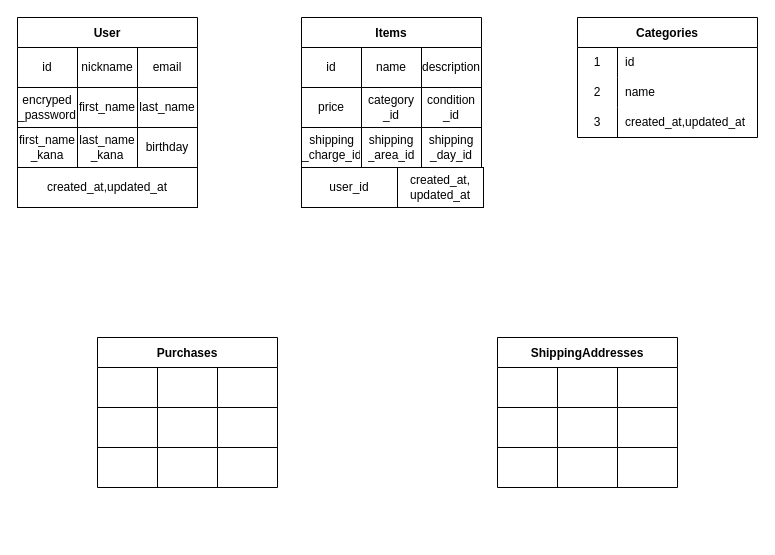
Earlier version of the draw.io diagram test.dio (Newriver758/furima-41029). Source tidied: cells renumbered, new cells numbered last; positions are measured from the earlier drawing's top-left corner, leaving out a move shared by most shapes. Both pictures are drawn from the tidied source at 100%, with x=0, y=0 at pixel (17, 17).
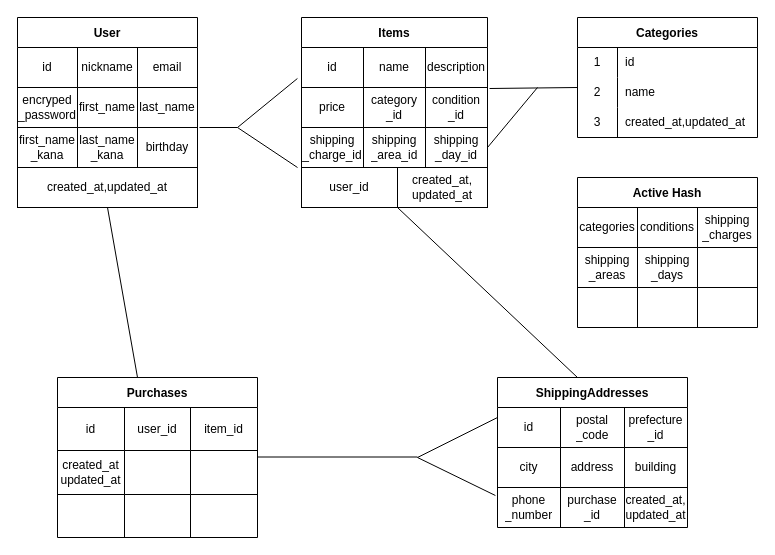
The same diagram, later.

Unchanged cells that the change refers to:
```xml
<mxCell id="11" style="shape=tableRow;horizontal=0;startSize=0;swimlaneHead=0;swimlaneBody=0;top=0;left=0;bottom=0;right=0;fillColor=none;points=[[0,0.5],[1,0.5]];portConstraint=eastwest;" parent="2" vertex="1">
  <mxGeometry y="110" width="180" height="40" as="geometry" />
</mxCell>
```

What changed in the source:
```diff
@@
     <mxCell id="15" value="Items" style="shape=table;startSize=30;childLayout=tableLayout;fontStyle=1;align=center;" parent="1" vertex="1">
-      <mxGeometry x="284" width="180" height="150" as="geometry" />
+      <mxGeometry x="284" width="186" height="150" as="geometry" />
     </mxCell>
     <mxCell id="16" style="shape=tableRow;horizontal=0;startSize=0;swimlaneHead=0;swimlaneBody=0;top=0;left=0;bottom=0;right=0;fillColor=none;points=[[0,0.5],[1,0.5]];portConstraint=eastwest;" parent="15" vertex="1">
-      <mxGeometry y="30" width="180" height="40" as="geometry" />
+      <mxGeometry y="30" width="186" height="40" as="geometry" />
     </mxCell>
     <mxCell id="17" value="id&lt;br&gt;" style="shape=partialRectangle;html=1;whiteSpace=wrap;fillColor=none;top=0;left=0;bottom=0;right=0;overflow=hidden;" parent="16" vertex="1">
-      <mxGeometry width="60" height="40" as="geometry" />
+      <mxGeometry width="62" height="40" as="geometry" />
     </mxCell>
     <mxCell id="18" value="name" style="shape=partialRectangle;html=1;whiteSpace=wrap;fillColor=none;top=0;left=0;bottom=0;right=0;overflow=hidden;" parent="16" vertex="1">
-      <mxGeometry x="60" width="60" height="40" as="geometry" />
+      <mxGeometry x="62" width="62" height="40" as="geometry" />
     </mxCell>
     <mxCell id="19" value="description" style="shape=partialRectangle;html=1;whiteSpace=wrap;fillColor=none;top=0;left=0;bottom=0;right=0;overflow=hidden;" parent="16" vertex="1">
-      <mxGeometry x="120" width="60" height="40" as="geometry" />
+      <mxGeometry x="124" width="62" height="40" as="geometry" />
     </mxCell>
     <mxCell id="20" style="shape=tableRow;horizontal=0;startSize=0;swimlaneHead=0;swimlaneBody=0;top=0;left=0;bottom=0;right=0;fillColor=none;points=[[0,0.5],[1,0.5]];portConstraint=eastwest;" parent="15" vertex="1">
-      <mxGeometry y="70" width="180" height="40" as="geometry" />
+      <mxGeometry y="70" width="186" height="40" as="geometry" />
     </mxCell>
     <mxCell id="21" value="price" style="shape=partialRectangle;html=1;whiteSpace=wrap;fillColor=none;top=0;left=0;bottom=0;right=0;overflow=hidden;" parent="20" vertex="1">
-      <mxGeometry width="60" height="40" as="geometry" />
+      <mxGeometry width="62" height="40" as="geometry" />
     </mxCell>
     <mxCell id="22" value="category&lt;br&gt;_id" style="shape=partialRectangle;html=1;whiteSpace=wrap;fillColor=none;top=0;left=0;bottom=0;right=0;overflow=hidden;" parent="20" vertex="1">
-      <mxGeometry x="60" width="60" height="40" as="geometry" />
+      <mxGeometry x="62" width="62" height="40" as="geometry" />
     </mxCell>
     <mxCell id="23" value="condition&lt;br&gt;_id" style="shape=partialRectangle;html=1;whiteSpace=wrap;fillColor=none;top=0;left=0;bottom=0;right=0;overflow=hidden;" parent="20" vertex="1">
-      <mxGeometry x="120" width="60" height="40" as="geometry" />
+      <mxGeometry x="124" width="62" height="40" as="geometry" />
     </mxCell>
     <mxCell id="24" style="shape=tableRow;horizontal=0;startSize=0;swimlaneHead=0;swimlaneBody=0;top=0;left=0;bottom=0;right=0;fillColor=none;points=[[0,0.5],[1,0.5]];portConstraint=eastwest;" parent="15" vertex="1">
-      <mxGeometry y="110" width="180" height="40" as="geometry" />
+      <mxGeometry y="110" width="186" height="40" as="geometry" />
     </mxCell>
     <mxCell id="25" value="shipping&lt;br&gt;_charge_id" style="shape=partialRectangle;html=1;whiteSpace=wrap;fillColor=none;top=0;left=0;bottom=0;right=0;overflow=hidden;" parent="24" vertex="1">
-      <mxGeometry width="60" height="40" as="geometry" />
+      <mxGeometry width="62" height="40" as="geometry" />
     </mxCell>
     <mxCell id="26" value="shipping&lt;br&gt;_area_id" style="shape=partialRectangle;html=1;whiteSpace=wrap;fillColor=none;top=0;left=0;bottom=0;right=0;overflow=hidden;" parent="24" vertex="1">
-      <mxGeometry x="60" width="60" height="40" as="geometry" />
+      <mxGeometry x="62" width="62" height="40" as="geometry" />
     </mxCell>
     <mxCell id="27" value="shipping&lt;br&gt;_day_id" style="shape=partialRectangle;html=1;whiteSpace=wrap;fillColor=none;top=0;left=0;bottom=0;right=0;overflow=hidden;" parent="24" vertex="1">
-      <mxGeometry x="120" width="60" height="40" as="geometry" />
+      <mxGeometry x="124" width="62" height="40" as="geometry" />
     </mxCell>
     <mxCell id="28" value="Purchases" style="shape=table;startSize=30;childLayout=tableLayout;fontStyle=1;align=center;" parent="1" vertex="1">
-      <mxGeometry x="80" y="320" width="180" height="150" as="geometry" />
+      <mxGeometry x="40" y="360" width="200" height="160" as="geometry" />
     </mxCell>
     <mxCell id="29" style="shape=tableRow;horizontal=0;startSize=0;swimlaneHead=0;swimlaneBody=0;top=0;left=0;bottom=0;right=0;fillColor=none;" parent="28" vertex="1">
-      <mxGeometry y="30" width="180" height="40" as="geometry" />
+      <mxGeometry y="30" width="200" height="43" as="geometry" />
     </mxCell>
-    <mxCell id="30" style="shape=partialRectangle;html=1;whiteSpace=wrap;fillColor=none;top=0;left=0;bottom=0;right=0;overflow=hidden;" parent="29" vertex="1">
-      <mxGeometry width="60" height="40" as="geometry" />
+    <mxCell id="30" value="id" style="shape=partialRectangle;html=1;whiteSpace=wrap;fillColor=none;top=0;left=0;bottom=0;right=0;overflow=hidden;" parent="29" vertex="1">
+      <mxGeometry width="67" height="43" as="geometry" />
     </mxCell>
-    <mxCell id="31" style="shape=partialRectangle;html=1;whiteSpace=wrap;fillColor=none;top=0;left=0;bottom=0;right=0;overflow=hidden;" parent="29" vertex="1">
-      <mxGeometry x="60" width="60" height="40" as="geometry" />
+    <mxCell id="31" value="user_id" style="shape=partialRectangle;html=1;whiteSpace=wrap;fillColor=none;top=0;left=0;bottom=0;right=0;overflow=hidden;" parent="29" vertex="1">
+      <mxGeometry x="67" width="66" height="43" as="geometry" />
     </mxCell>
-    <mxCell id="32" style="shape=partialRectangle;html=1;whiteSpace=wrap;fillColor=none;top=0;left=0;bottom=0;right=0;overflow=hidden;" parent="29" vertex="1">
-      <mxGeometry x="120" width="60" height="40" as="geometry" />
+    <mxCell id="32" value="item_id" style="shape=partialRectangle;html=1;whiteSpace=wrap;fillColor=none;top=0;left=0;bottom=0;right=0;overflow=hidden;" parent="29" vertex="1">
+      <mxGeometry x="133" width="67" height="43" as="geometry" />
     </mxCell>
     <mxCell id="33" style="shape=tableRow;horizontal=0;startSize=0;swimlaneHead=0;swimlaneBody=0;top=0;left=0;bottom=0;right=0;fillColor=none;" parent="28" vertex="1">
-      <mxGeometry y="70" width="180" height="40" as="geometry" />
+      <mxGeometry y="73" width="200" height="44" as="geometry" />
     </mxCell>
-    <mxCell id="34" style="shape=partialRectangle;html=1;whiteSpace=wrap;fillColor=none;top=0;left=0;bottom=0;right=0;overflow=hidden;" parent="33" vertex="1">
-      <mxGeometry width="60" height="40" as="geometry" />
+    <mxCell id="34" value="created_at&lt;br&gt;updated_at" style="shape=partialRectangle;html=1;whiteSpace=wrap;fillColor=none;top=0;left=0;bottom=0;right=0;overflow=hidden;" parent="33" vertex="1">
+      <mxGeometry width="67" height="44" as="geometry" />
     </mxCell>
     <mxCell id="35" style="shape=partialRectangle;html=1;whiteSpace=wrap;fillColor=none;top=0;left=0;bottom=0;right=0;overflow=hidden;" parent="33" vertex="1">
-      <mxGeometry x="60" width="60" height="40" as="geometry" />
+      <mxGeometry x="67" width="66" height="44" as="geometry" />
     </mxCell>
     <mxCell id="36" style="shape=partialRectangle;html=1;whiteSpace=wrap;fillColor=none;top=0;left=0;bottom=0;right=0;overflow=hidden;" parent="33" vertex="1">
-      <mxGeometry x="120" width="60" height="40" as="geometry" />
+      <mxGeometry x="133" width="67" height="44" as="geometry" />
     </mxCell>
     <mxCell id="37" style="shape=tableRow;horizontal=0;startSize=0;swimlaneHead=0;swimlaneBody=0;top=0;left=0;bottom=0;right=0;fillColor=none;" parent="28" vertex="1">
-      <mxGeometry y="110" width="180" height="40" as="geometry" />
+      <mxGeometry y="117" width="200" height="43" as="geometry" />
     </mxCell>
     <mxCell id="38" style="shape=partialRectangle;html=1;whiteSpace=wrap;fillColor=none;top=0;left=0;bottom=0;right=0;overflow=hidden;" parent="37" vertex="1">
-      <mxGeometry width="60" height="40" as="geometry" />
+      <mxGeometry width="67" height="43" as="geometry" />
     </mxCell>
     <mxCell id="39" style="shape=partialRectangle;html=1;whiteSpace=wrap;fillColor=none;top=0;left=0;bottom=0;right=0;overflow=hidden;" parent="37" vertex="1">
-      <mxGeometry x="60" width="60" height="40" as="geometry" />
+      <mxGeometry x="67" width="66" height="43" as="geometry" />
     </mxCell>
     <mxCell id="40" style="shape=partialRectangle;html=1;whiteSpace=wrap;fillColor=none;top=0;left=0;bottom=0;right=0;overflow=hidden;" parent="37" vertex="1">
-      <mxGeometry x="120" width="60" height="40" as="geometry" />
+      <mxGeometry x="133" width="67" height="43" as="geometry" />
     </mxCell>
     <mxCell id="41" value="ShippingAddresses" style="shape=table;startSize=30;childLayout=tableLayout;fontStyle=1;align=center;" parent="1" vertex="1">
-      <mxGeometry x="480" y="320" width="180" height="150" as="geometry" />
+      <mxGeometry x="480" y="360" width="190" height="150" as="geometry" />
     </mxCell>
     <mxCell id="42" style="shape=tableRow;horizontal=0;startSize=0;swimlaneHead=0;swimlaneBody=0;top=0;left=0;bottom=0;right=0;fillColor=none;points=[[0,0.5],[1,0.5]];portConstraint=eastwest;" parent="41" vertex="1">
-      <mxGeometry y="30" width="180" height="40" as="geometry" />
+      <mxGeometry y="30" width="190" height="40" as="geometry" />
     </mxCell>
-    <mxCell id="43" style="shape=partialRectangle;html=1;whiteSpace=wrap;fillColor=none;top=0;left=0;bottom=0;right=0;overflow=hidden;" parent="42" vertex="1">
-      <mxGeometry width="60" height="40" as="geometry" />
+    <mxCell id="43" value="id" style="shape=partialRectangle;html=1;whiteSpace=wrap;fillColor=none;top=0;left=0;bottom=0;right=0;overflow=hidden;" parent="42" vertex="1">
+      <mxGeometry width="63" height="40" as="geometry" />
     </mxCell>
-    <mxCell id="44" style="shape=partialRectangle;html=1;whiteSpace=wrap;fillColor=none;top=0;left=0;bottom=0;right=0;overflow=hidden;" parent="42" vertex="1">
-      <mxGeometry x="60" width="60" height="40" as="geometry" />
+    <mxCell id="44" value="postal&lt;br&gt;_code" style="shape=partialRectangle;html=1;whiteSpace=wrap;fillColor=none;top=0;left=0;bottom=0;right=0;overflow=hidden;" parent="42" vertex="1">
+      <mxGeometry x="63" width="64" height="40" as="geometry" />
     </mxCell>
-    <mxCell id="45" style="shape=partialRectangle;html=1;whiteSpace=wrap;fillColor=none;top=0;left=0;bottom=0;right=0;overflow=hidden;" parent="42" vertex="1">
-      <mxGeometry x="120" width="60" height="40" as="geometry" />
+    <mxCell id="45" value="prefecture&lt;br&gt;_id" style="shape=partialRectangle;html=1;whiteSpace=wrap;fillColor=none;top=0;left=0;bottom=0;right=0;overflow=hidden;" parent="42" vertex="1">
+      <mxGeometry x="127" width="63" height="40" as="geometry" />
     </mxCell>
     <mxCell id="46" style="shape=tableRow;horizontal=0;startSize=0;swimlaneHead=0;swimlaneBody=0;top=0;left=0;bottom=0;right=0;fillColor=none;" parent="41" vertex="1">
-      <mxGeometry y="70" width="180" height="40" as="geometry" />
+      <mxGeometry y="70" width="190" height="40" as="geometry" />
     </mxCell>
-    <mxCell id="47" style="shape=partialRectangle;html=1;whiteSpace=wrap;fillColor=none;top=0;left=0;bottom=0;right=0;overflow=hidden;" parent="46" vertex="1">
-      <mxGeometry width="60" height="40" as="geometry" />
+    <mxCell id="47" value="city" style="shape=partialRectangle;html=1;whiteSpace=wrap;fillColor=none;top=0;left=0;bottom=0;right=0;overflow=hidden;" parent="46" vertex="1">
+      <mxGeometry width="63" height="40" as="geometry" />
     </mxCell>
-    <mxCell id="48" style="shape=partialRectangle;html=1;whiteSpace=wrap;fillColor=none;top=0;left=0;bottom=0;right=0;overflow=hidden;" parent="46" vertex="1">
-      <mxGeometry x="60" width="60" height="40" as="geometry" />
+    <mxCell id="48" value="address" style="shape=partialRectangle;html=1;whiteSpace=wrap;fillColor=none;top=0;left=0;bottom=0;right=0;overflow=hidden;" parent="46" vertex="1">
+      <mxGeometry x="63" width="64" height="40" as="geometry" />
     </mxCell>
-    <mxCell id="49" style="shape=partialRectangle;html=1;whiteSpace=wrap;fillColor=none;top=0;left=0;bottom=0;right=0;overflow=hidden;" parent="46" vertex="1">
-      <mxGeometry x="120" width="60" height="40" as="geometry" />
+    <mxCell id="49" value="building" style="shape=partialRectangle;html=1;whiteSpace=wrap;fillColor=none;top=0;left=0;bottom=0;right=0;overflow=hidden;" parent="46" vertex="1">
+      <mxGeometry x="127" width="63" height="40" as="geometry" />
     </mxCell>
     <mxCell id="50" style="shape=tableRow;horizontal=0;startSize=0;swimlaneHead=0;swimlaneBody=0;top=0;left=0;bottom=0;right=0;fillColor=none;points=[[0,0.5],[1,0.5]];portConstraint=eastwest;" parent="41" vertex="1">
-      <mxGeometry y="110" width="180" height="40" as="geometry" />
+      <mxGeometry y="110" width="190" height="40" as="geometry" />
     </mxCell>
-    <mxCell id="51" style="shape=partialRectangle;html=1;whiteSpace=wrap;fillColor=none;top=0;left=0;bottom=0;right=0;overflow=hidden;" parent="50" vertex="1">
-      <mxGeometry width="60" height="40" as="geometry" />
+    <mxCell id="51" value="phone&lt;br&gt;_number" style="shape=partialRectangle;html=1;whiteSpace=wrap;fillColor=none;top=0;left=0;bottom=0;right=0;overflow=hidden;" parent="50" vertex="1">
+      <mxGeometry width="63" height="40" as="geometry" />
     </mxCell>
-    <mxCell id="52" style="shape=partialRectangle;html=1;whiteSpace=wrap;fillColor=none;top=0;left=0;bottom=0;right=0;overflow=hidden;" parent="50" vertex="1">
-      <mxGeometry x="60" width="60" height="40" as="geometry" />
+    <mxCell id="52" value="purchase&lt;br&gt;_id" style="shape=partialRectangle;html=1;whiteSpace=wrap;fillColor=none;top=0;left=0;bottom=0;right=0;overflow=hidden;" parent="50" vertex="1">
+      <mxGeometry x="63" width="64" height="40" as="geometry" />
     </mxCell>
-    <mxCell id="53" style="shape=partialRectangle;html=1;whiteSpace=wrap;fillColor=none;top=0;left=0;bottom=0;right=0;overflow=hidden;" parent="50" vertex="1">
-      <mxGeometry x="120" width="60" height="40" as="geometry" />
+    <mxCell id="53" value="created_at,&lt;br&gt;updated_at" style="shape=partialRectangle;html=1;whiteSpace=wrap;fillColor=none;top=0;left=0;bottom=0;right=0;overflow=hidden;" parent="50" vertex="1">
+      <mxGeometry x="127" width="63" height="40" as="geometry" />
     </mxCell>
@@
     <mxCell id="56" value="created_at,&lt;br&gt;updated_at" style="rounded=0;whiteSpace=wrap;html=1;" parent="1" vertex="1">
-      <mxGeometry x="380" y="150" width="86" height="40" as="geometry" />
+      <mxGeometry x="380" y="150" width="90" height="40" as="geometry" />
     </mxCell>
@@
+    <mxCell id="67" style="endArrow=none;html=1;entryX=-0.022;entryY=0.775;entryDx=0;entryDy=0;entryPerimeter=0;" parent="1" edge="1" target="16">
+      <mxGeometry relative="1" as="geometry">
+        <mxPoint x="220" y="110" as="sourcePoint" />
+      </mxGeometry>
+    </mxCell>
+    <mxCell id="68" style="endArrow=none;html=1;exitX=1.011;exitY=0;exitDx=0;exitDy=0;exitPerimeter=0;" parent="1" edge="1" source="11">
+      <mxGeometry relative="1" as="geometry">
+        <mxPoint x="220" y="110" as="targetPoint" />
+      </mxGeometry>
+    </mxCell>
+    <mxCell id="69" style="endArrow=none;html=1;" parent="1" edge="1">
+      <mxGeometry relative="1" as="geometry">
+        <mxPoint x="220" y="110" as="sourcePoint" />
+        <mxPoint x="280" y="150" as="targetPoint" />
+      </mxGeometry>
+    </mxCell>
+    <mxCell id="70" style="endArrow=none;html=1;exitX=1.011;exitY=0.025;exitDx=0;exitDy=0;exitPerimeter=0;" parent="1" edge="1" source="20">
+      <mxGeometry relative="1" as="geometry">
+        <mxPoint x="560" y="70" as="targetPoint" />
+      </mxGeometry>
+    </mxCell>
+    <mxCell id="71" style="endArrow=none;html=1;exitX=1;exitY=0.5;exitDx=0;exitDy=0;" parent="1" edge="1" source="24">
+      <mxGeometry relative="1" as="geometry">
+        <mxPoint x="520" y="70" as="targetPoint" />
+      </mxGeometry>
+    </mxCell>
+    <mxCell id="72" style="endArrow=none;html=1;exitX=0.4;exitY=0;exitDx=0;exitDy=0;exitPerimeter=0;" parent="1" edge="1" source="28">
+      <mxGeometry relative="1" as="geometry">
+        <mxPoint x="90" y="190" as="targetPoint" />
+      </mxGeometry>
+    </mxCell>
+    <mxCell id="73" style="endArrow=none;html=1;" parent="1" edge="1">
+      <mxGeometry relative="1" as="geometry">
+        <mxPoint x="240" y="439.5" as="sourcePoint" />
+        <mxPoint x="400" y="439.5" as="targetPoint" />
+      </mxGeometry>
+    </mxCell>
+    <mxCell id="74" style="endArrow=none;html=1;entryX=0;entryY=0.25;entryDx=0;entryDy=0;entryPerimeter=0;" parent="1" edge="1" target="42">
+      <mxGeometry relative="1" as="geometry">
+        <mxPoint x="400" y="440" as="sourcePoint" />
+      </mxGeometry>
+    </mxCell>
+    <mxCell id="75" style="endArrow=none;html=1;entryX=-0.011;entryY=0.2;entryDx=0;entryDy=0;entryPerimeter=0;" parent="1" edge="1" target="50">
+      <mxGeometry relative="1" as="geometry">
+        <mxPoint x="400" y="440" as="sourcePoint" />
+      </mxGeometry>
+    </mxCell>
+    <mxCell id="76" style="endArrow=none;html=1;exitX=0.421;exitY=0;exitDx=0;exitDy=0;exitPerimeter=0;" parent="1" edge="1" source="41">
+      <mxGeometry relative="1" as="geometry">
+        <mxPoint x="380" y="190" as="targetPoint" />
+      </mxGeometry>
+    </mxCell>
+    <mxCell id="77" value="Active Hash" style="shape=table;startSize=30;childLayout=tableLayout;fontStyle=1;align=center;" parent="1" vertex="1">
+      <mxGeometry x="560" y="160" width="180" height="150" as="geometry" />
+    </mxCell>
+    <mxCell id="78" style="shape=tableRow;horizontal=0;startSize=0;swimlaneHead=0;swimlaneBody=0;top=0;left=0;bottom=0;right=0;fillColor=none;" parent="77" vertex="1">
+      <mxGeometry y="30" width="180" height="40" as="geometry" />
+    </mxCell>
+    <mxCell id="79" value="categories" style="shape=partialRectangle;html=1;whiteSpace=wrap;fillColor=none;top=0;left=0;bottom=0;right=0;overflow=hidden;" parent="78" vertex="1">
+      <mxGeometry width="60" height="40" as="geometry" />
+    </mxCell>
+    <mxCell id="80" value="conditions" style="shape=partialRectangle;html=1;whiteSpace=wrap;fillColor=none;top=0;left=0;bottom=0;right=0;overflow=hidden;" parent="78" vertex="1">
+      <mxGeometry x="60" width="60" height="40" as="geometry" />
+    </mxCell>
+    <mxCell id="81" value="shipping&lt;br&gt;_charges" style="shape=partialRectangle;html=1;whiteSpace=wrap;fillColor=none;top=0;left=0;bottom=0;right=0;overflow=hidden;" parent="78" vertex="1">
+      <mxGeometry x="120" width="60" height="40" as="geometry" />
+    </mxCell>
+    <mxCell id="82" style="shape=tableRow;horizontal=0;startSize=0;swimlaneHead=0;swimlaneBody=0;top=0;left=0;bottom=0;right=0;fillColor=none;" parent="77" vertex="1">
+      <mxGeometry y="70" width="180" height="40" as="geometry" />
+    </mxCell>
+    <mxCell id="83" value="shipping&lt;br&gt;_areas" style="shape=partialRectangle;html=1;whiteSpace=wrap;fillColor=none;top=0;left=0;bottom=0;right=0;overflow=hidden;" parent="82" vertex="1">
+      <mxGeometry width="60" height="40" as="geometry" />
+    </mxCell>
+    <mxCell id="84" value="shipping&lt;br&gt;_days" style="shape=partialRectangle;html=1;whiteSpace=wrap;fillColor=none;top=0;left=0;bottom=0;right=0;overflow=hidden;" parent="82" vertex="1">
+      <mxGeometry x="60" width="60" height="40" as="geometry" />
+    </mxCell>
+    <mxCell id="85" style="shape=partialRectangle;html=1;whiteSpace=wrap;fillColor=none;top=0;left=0;bottom=0;right=0;overflow=hidden;" parent="82" vertex="1">
+      <mxGeometry x="120" width="60" height="40" as="geometry" />
+    </mxCell>
+    <mxCell id="86" style="shape=tableRow;horizontal=0;startSize=0;swimlaneHead=0;swimlaneBody=0;top=0;left=0;bottom=0;right=0;fillColor=none;" parent="77" vertex="1">
+      <mxGeometry y="110" width="180" height="40" as="geometry" />
+    </mxCell>
+    <mxCell id="87" style="shape=partialRectangle;html=1;whiteSpace=wrap;fillColor=none;top=0;left=0;bottom=0;right=0;overflow=hidden;" parent="86" vertex="1">
+      <mxGeometry width="60" height="40" as="geometry" />
+    </mxCell>
+    <mxCell id="88" style="shape=partialRectangle;html=1;whiteSpace=wrap;fillColor=none;top=0;left=0;bottom=0;right=0;overflow=hidden;" parent="86" vertex="1">
+      <mxGeometry x="60" width="60" height="40" as="geometry" />
+    </mxCell>
+    <mxCell id="89" style="shape=partialRectangle;html=1;whiteSpace=wrap;fillColor=none;top=0;left=0;bottom=0;right=0;overflow=hidden;" parent="86" vertex="1">
+      <mxGeometry x="120" width="60" height="40" as="geometry" />
+    </mxCell>
```
